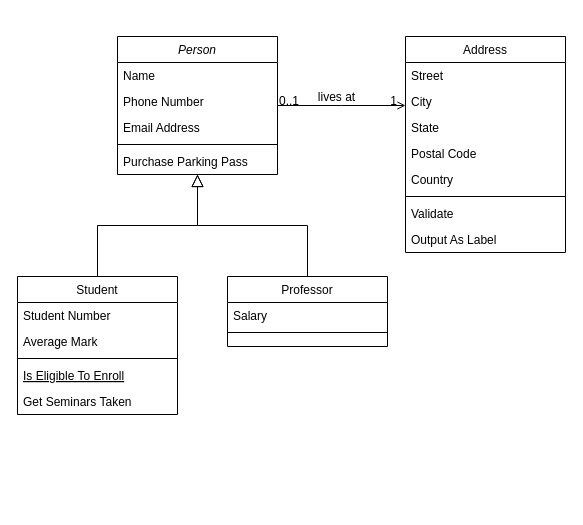
The draw.io diagram Untitled Diagram.drawio in Rikeanggraeni/Tugas-web, before the edit. Source tidied: cells renumbered, new cells numbered last; positions are measured from the earlier drawing's top-left corner, leaving out a move shared by most shapes. Both pictures are drawn from the tidied source at 100%, with x=0, y=0 at pixel (17, 36).
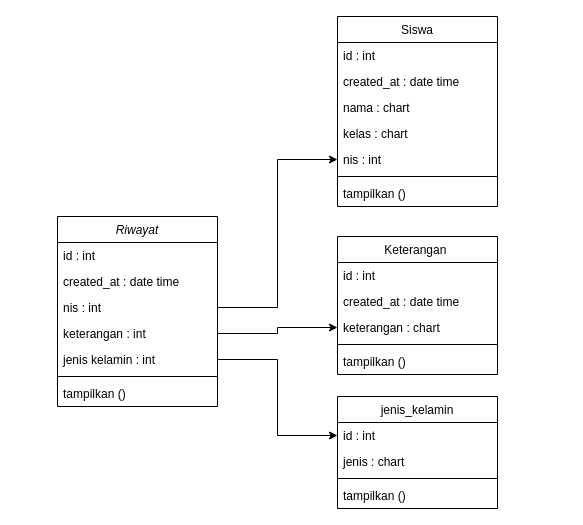
Above is the later version.

Change to the diagram source:
```diff
@@
-    <mxCell id="2" value="Person" style="swimlane;fontStyle=2;align=center;verticalAlign=top;horizontal=1;startSize=26;rounded=0;shadow=0;strokeWidth=1;" parent="1" vertex="1">
-      <mxGeometry x="100" width="160" height="138" as="geometry" />
+    <mxCell id="2" value="Riwayat" style="swimlane;fontStyle=2;align=center;verticalAlign=top;horizontal=1;startSize=26;rounded=0;shadow=0;strokeWidth=1;" parent="1" vertex="1">
+      <mxGeometry x="40" y="180" width="160" height="190" as="geometry" />
     </mxCell>
-    <mxCell id="3" value="Name" style="text;align=left;verticalAlign=top;spacingLeft=4;spacingRight=4;overflow=hidden;" parent="2" vertex="1">
+    <mxCell id="3" value="id : int" style="text;align=left;verticalAlign=top;spacingLeft=4;spacingRight=4;overflow=hidden;" parent="2" vertex="1">
       <mxGeometry y="26" width="160" height="26" as="geometry" />
     </mxCell>
-    <mxCell id="4" value="Phone Number" style="text;align=left;verticalAlign=top;spacingLeft=4;spacingRight=4;overflow=hidden;rounded=0;shadow=0;html=0;" parent="2" vertex="1">
+    <mxCell id="4" value="created_at : date time " style="text;align=left;verticalAlign=top;spacingLeft=4;spacingRight=4;overflow=hidden;rounded=0;shadow=0;html=0;" parent="2" vertex="1">
       <mxGeometry y="52" width="160" height="26" as="geometry" />
     </mxCell>
+    <mxCell id="32" value="nis : int" style="text;align=left;verticalAlign=top;spacingLeft=4;spacingRight=4;overflow=hidden;points=[[0,0.5],[1,0.5]];portConstraint=eastwest;" parent="2" vertex="1">
+      <mxGeometry y="78" width="160" height="26" as="geometry" />
+    </mxCell>
-    <mxCell id="5" value="Email Address" style="text;align=left;verticalAlign=top;spacingLeft=4;spacingRight=4;overflow=hidden;points=[[0,0.5],[1,0.5]];portConstraint=eastwest;rounded=0;shadow=0;html=0;" parent="2" vertex="1">
-      <mxGeometry y="78" width="160" height="26" as="geometry" />
+    <mxCell id="5" value="keterangan : int" style="text;align=left;verticalAlign=top;spacingLeft=4;spacingRight=4;overflow=hidden;points=[[0,0.5],[1,0.5]];portConstraint=eastwest;rounded=0;shadow=0;html=0;" parent="2" vertex="1">
+      <mxGeometry y="104" width="160" height="26" as="geometry" />
     </mxCell>
+    <mxCell id="33" value="jenis kelamin : int" style="text;align=left;verticalAlign=top;spacingLeft=4;spacingRight=4;overflow=hidden;points=[[0,0.5],[1,0.5]];portConstraint=eastwest;rounded=0;shadow=0;html=0;" parent="2" vertex="1">
+      <mxGeometry y="130" width="160" height="26" as="geometry" />
+    </mxCell>
     <mxCell id="6" style="line;html=1;strokeWidth=1;align=left;verticalAlign=middle;spacingTop=-1;spacingLeft=3;spacingRight=3;labelPosition=right;" parent="2" vertex="1">
-      <mxGeometry y="104" width="160" height="8" as="geometry" />
+      <mxGeometry y="156" width="160" height="8" as="geometry" />
     </mxCell>
-    <mxCell id="7" value="Purchase Parking Pass" style="text;align=left;verticalAlign=top;spacingLeft=4;spacingRight=4;overflow=hidden;" parent="2" vertex="1">
-      <mxGeometry y="112" width="160" height="26" as="geometry" />
+    <mxCell id="7" value="tampilkan ()" style="text;align=left;verticalAlign=top;spacingLeft=4;spacingRight=4;overflow=hidden;" parent="2" vertex="1">
+      <mxGeometry y="164" width="160" height="26" as="geometry" />
     </mxCell>
-    <mxCell id="8" value="Student" style="swimlane;fontStyle=0;align=center;verticalAlign=top;horizontal=1;startSize=26;rounded=0;shadow=0;strokeWidth=1;" parent="1" vertex="1">
-      <mxGeometry y="240" width="160" height="138" as="geometry" />
+    <mxCell id="8" value="Keterangan " style="swimlane;fontStyle=0;align=center;verticalAlign=top;horizontal=1;startSize=26;rounded=0;shadow=0;strokeWidth=1;" parent="1" vertex="1">
+      <mxGeometry x="320" y="200" width="160" height="138" as="geometry" />
     </mxCell>
-    <mxCell id="9" value="Student Number" style="text;align=left;verticalAlign=top;spacingLeft=4;spacingRight=4;overflow=hidden;" parent="8" vertex="1">
+    <mxCell id="9" value="id : int" style="text;align=left;verticalAlign=top;spacingLeft=4;spacingRight=4;overflow=hidden;" parent="8" vertex="1">
       <mxGeometry y="26" width="160" height="26" as="geometry" />
     </mxCell>
-    <mxCell id="10" value="Average Mark" style="text;align=left;verticalAlign=top;spacingLeft=4;spacingRight=4;overflow=hidden;rounded=0;shadow=0;html=0;" parent="8" vertex="1">
+    <mxCell id="10" value="created_at : date time" style="text;align=left;verticalAlign=top;spacingLeft=4;spacingRight=4;overflow=hidden;rounded=0;shadow=0;html=0;" parent="8" vertex="1">
       <mxGeometry y="52" width="160" height="26" as="geometry" />
     </mxCell>
+    <mxCell id="34" value="keterangan : chart" style="text;align=left;verticalAlign=top;spacingLeft=4;spacingRight=4;overflow=hidden;points=[[0,0.5],[1,0.5]];portConstraint=eastwest;rounded=0;shadow=0;html=0;" parent="8" vertex="1">
+      <mxGeometry y="78" width="160" height="26" as="geometry" />
+    </mxCell>
     <mxCell id="11" style="line;html=1;strokeWidth=1;align=left;verticalAlign=middle;spacingTop=-1;spacingLeft=3;spacingRight=3;labelPosition=right;" parent="8" vertex="1">
-      <mxGeometry y="78" width="160" height="8" as="geometry" />
+      <mxGeometry y="104" width="160" height="8" as="geometry" />
     </mxCell>
-    <mxCell id="12" value="Is Eligible To Enroll" style="text;align=left;verticalAlign=top;spacingLeft=4;spacingRight=4;overflow=hidden;fontStyle=4;" parent="8" vertex="1">
-      <mxGeometry y="86" width="160" height="26" as="geometry" />
-    </mxCell>
-    <mxCell id="13" value="Get Seminars Taken" style="text;align=left;verticalAlign=top;spacingLeft=4;spacingRight=4;overflow=hidden;" parent="8" vertex="1">
+    <mxCell id="13" value="tampilkan ()" style="text;align=left;verticalAlign=top;spacingLeft=4;spacingRight=4;overflow=hidden;" parent="8" vertex="1">
       <mxGeometry y="112" width="160" height="26" as="geometry" />
     </mxCell>
-    <mxCell id="14" style="endArrow=block;endSize=10;endFill=0;shadow=0;strokeWidth=1;rounded=0;curved=0;edgeStyle=elbowEdgeStyle;elbow=vertical;" parent="1" edge="1" source="8" target="2">
-      <mxGeometry relative="1" as="geometry" />
-    </mxCell>
-    <mxCell id="15" value="Professor" style="swimlane;fontStyle=0;align=center;verticalAlign=top;horizontal=1;startSize=26;rounded=0;shadow=0;strokeWidth=1;" parent="1" vertex="1">
-      <mxGeometry x="210" y="240" width="160" height="70" as="geometry" />
+    <mxCell id="15" value="jenis_kelamin" style="swimlane;fontStyle=0;align=center;verticalAlign=top;horizontal=1;startSize=26;rounded=0;shadow=0;strokeWidth=1;" parent="1" vertex="1">
+      <mxGeometry x="320" y="360" width="160" height="112" as="geometry" />
     </mxCell>
-    <mxCell id="16" value="Salary" style="text;align=left;verticalAlign=top;spacingLeft=4;spacingRight=4;overflow=hidden;points=[[0,0.5],[1,0.5]];portConstraint=eastwest;" parent="15" vertex="1">
+    <mxCell id="16" value="id : int" style="text;align=left;verticalAlign=top;spacingLeft=4;spacingRight=4;overflow=hidden;points=[[0,0.5],[1,0.5]];portConstraint=eastwest;" parent="15" vertex="1">
       <mxGeometry y="26" width="160" height="26" as="geometry" />
     </mxCell>
+    <mxCell id="35" value="jenis : chart" style="text;align=left;verticalAlign=top;spacingLeft=4;spacingRight=4;overflow=hidden;" parent="15" vertex="1">
+      <mxGeometry y="52" width="160" height="26" as="geometry" />
+    </mxCell>
     <mxCell id="17" style="line;html=1;strokeWidth=1;align=left;verticalAlign=middle;spacingTop=-1;spacingLeft=3;spacingRight=3;labelPosition=right;" parent="15" vertex="1">
-      <mxGeometry y="52" width="160" height="8" as="geometry" />
+      <mxGeometry y="78" width="160" height="8" as="geometry" />
     </mxCell>
-    <mxCell id="18" style="endArrow=block;endSize=10;endFill=0;shadow=0;strokeWidth=1;rounded=0;curved=0;edgeStyle=elbowEdgeStyle;elbow=vertical;" parent="1" edge="1" source="15" target="2">
-      <mxGeometry relative="1" as="geometry" />
-    </mxCell>
+    <mxCell id="36" value="tampilkan ()" style="text;align=left;verticalAlign=top;spacingLeft=4;spacingRight=4;overflow=hidden;" parent="15" vertex="1">
+      <mxGeometry y="86" width="160" height="26" as="geometry" />
+    </mxCell>
-    <mxCell id="19" value="Address" style="swimlane;fontStyle=0;align=center;verticalAlign=top;horizontal=1;startSize=26;rounded=0;shadow=0;strokeWidth=1;" parent="1" vertex="1">
-      <mxGeometry x="388" width="160" height="216" as="geometry" />
+    <mxCell id="19" value="Siswa" style="swimlane;fontStyle=0;align=center;verticalAlign=top;horizontal=1;startSize=26;rounded=0;shadow=0;strokeWidth=1;" parent="1" vertex="1">
+      <mxGeometry x="320" y="-20" width="160" height="190" as="geometry" />
     </mxCell>
-    <mxCell id="20" value="Street" style="text;align=left;verticalAlign=top;spacingLeft=4;spacingRight=4;overflow=hidden;" parent="19" vertex="1">
+    <mxCell id="20" value="id : int" style="text;align=left;verticalAlign=top;spacingLeft=4;spacingRight=4;overflow=hidden;" parent="19" vertex="1">
       <mxGeometry y="26" width="160" height="26" as="geometry" />
     </mxCell>
-    <mxCell id="21" value="City" style="text;align=left;verticalAlign=top;spacingLeft=4;spacingRight=4;overflow=hidden;rounded=0;shadow=0;html=0;" parent="19" vertex="1">
+    <mxCell id="21" value="created_at : date time" style="text;align=left;verticalAlign=top;spacingLeft=4;spacingRight=4;overflow=hidden;rounded=0;shadow=0;html=0;" parent="19" vertex="1">
       <mxGeometry y="52" width="160" height="26" as="geometry" />
     </mxCell>
-    <mxCell id="22" value="State" style="text;align=left;verticalAlign=top;spacingLeft=4;spacingRight=4;overflow=hidden;rounded=0;shadow=0;html=0;" parent="19" vertex="1">
+    <mxCell id="22" value="nama : chart" style="text;align=left;verticalAlign=top;spacingLeft=4;spacingRight=4;overflow=hidden;rounded=0;shadow=0;html=0;" parent="19" vertex="1">
       <mxGeometry y="78" width="160" height="26" as="geometry" />
     </mxCell>
-    <mxCell id="23" value="Postal Code" style="text;align=left;verticalAlign=top;spacingLeft=4;spacingRight=4;overflow=hidden;rounded=0;shadow=0;html=0;" parent="19" vertex="1">
+    <mxCell id="23" value="kelas : chart" style="text;align=left;verticalAlign=top;spacingLeft=4;spacingRight=4;overflow=hidden;rounded=0;shadow=0;html=0;" parent="19" vertex="1">
       <mxGeometry y="104" width="160" height="26" as="geometry" />
     </mxCell>
-    <mxCell id="24" value="Country" style="text;align=left;verticalAlign=top;spacingLeft=4;spacingRight=4;overflow=hidden;points=[[0,0.5],[1,0.5]];portConstraint=eastwest;rounded=0;shadow=0;html=0;" parent="19" vertex="1">
+    <mxCell id="24" value="nis : int" style="text;align=left;verticalAlign=top;spacingLeft=4;spacingRight=4;overflow=hidden;points=[[0,0.5],[1,0.5]];portConstraint=eastwest;rounded=0;shadow=0;html=0;" parent="19" vertex="1">
       <mxGeometry y="130" width="160" height="26" as="geometry" />
     </mxCell>
@@
-    <mxCell id="26" value="Validate" style="text;align=left;verticalAlign=top;spacingLeft=4;spacingRight=4;overflow=hidden;" parent="19" vertex="1">
+    <mxCell id="26" value="tampilkan ()" style="text;align=left;verticalAlign=top;spacingLeft=4;spacingRight=4;overflow=hidden;" parent="19" vertex="1">
       <mxGeometry y="164" width="160" height="26" as="geometry" />
     </mxCell>
-    <mxCell id="27" value="Output As Label" style="text;align=left;verticalAlign=top;spacingLeft=4;spacingRight=4;overflow=hidden;" parent="19" vertex="1">
-      <mxGeometry y="190" width="160" height="26" as="geometry" />
-    </mxCell>
-    <mxCell id="28" style="endArrow=open;shadow=0;strokeWidth=1;rounded=0;curved=0;endFill=1;edgeStyle=elbowEdgeStyle;elbow=vertical;" parent="1" edge="1" source="2" target="19">
-      <mxGeometry x="0.5" y="41" relative="1" as="geometry">
-        <mxPoint x="-40" y="32" as="offset" />
-      </mxGeometry>
-    </mxCell>
-    <mxCell id="29" value="0..1" style="align=left;verticalAlign=bottom;labelBackgroundColor=none;fontSize=12;" parent="28" vertex="1">
-      <mxGeometry x="-1" relative="1" as="geometry">
-        <mxPoint y="4" as="offset" />
-      </mxGeometry>
-    </mxCell>
-    <mxCell id="30" value="1" style="align=right;verticalAlign=bottom;labelBackgroundColor=none;fontSize=12;" parent="28" vertex="1">
-      <mxGeometry x="1" relative="1" as="geometry">
-        <mxPoint x="-7" y="4" as="offset" />
-      </mxGeometry>
-    </mxCell>
-    <mxCell id="31" value="lives at" style="text;html=1;align=center;verticalAlign=middle;labelBackgroundColor=none;rounded=0;shadow=0;strokeWidth=1;fontSize=12;" parent="28" vertex="1">
-      <mxGeometry x="0.5" y="49" relative="1" as="geometry">
-        <mxPoint x="-38" y="40" as="offset" />
-      </mxGeometry>
-    </mxCell>
+    <mxCell id="37" style="edgeStyle=orthogonalEdgeStyle;rounded=0;jettySize=auto;html=1;" parent="1" edge="1" source="32" target="24">
+      <mxGeometry relative="1" as="geometry" />
+    </mxCell>
+    <mxCell id="38" style="edgeStyle=orthogonalEdgeStyle;rounded=0;jettySize=auto;html=1;entryX=0;entryY=0.5;entryDx=0;entryDy=0;" parent="1" edge="1" source="5" target="34">
+      <mxGeometry relative="1" as="geometry" />
+    </mxCell>
+    <mxCell id="39" style="edgeStyle=orthogonalEdgeStyle;rounded=0;jettySize=auto;html=1;entryX=0;entryY=0.5;entryDx=0;entryDy=0;" parent="1" edge="1" source="33" target="16">
+      <mxGeometry relative="1" as="geometry" />
+    </mxCell>
```
